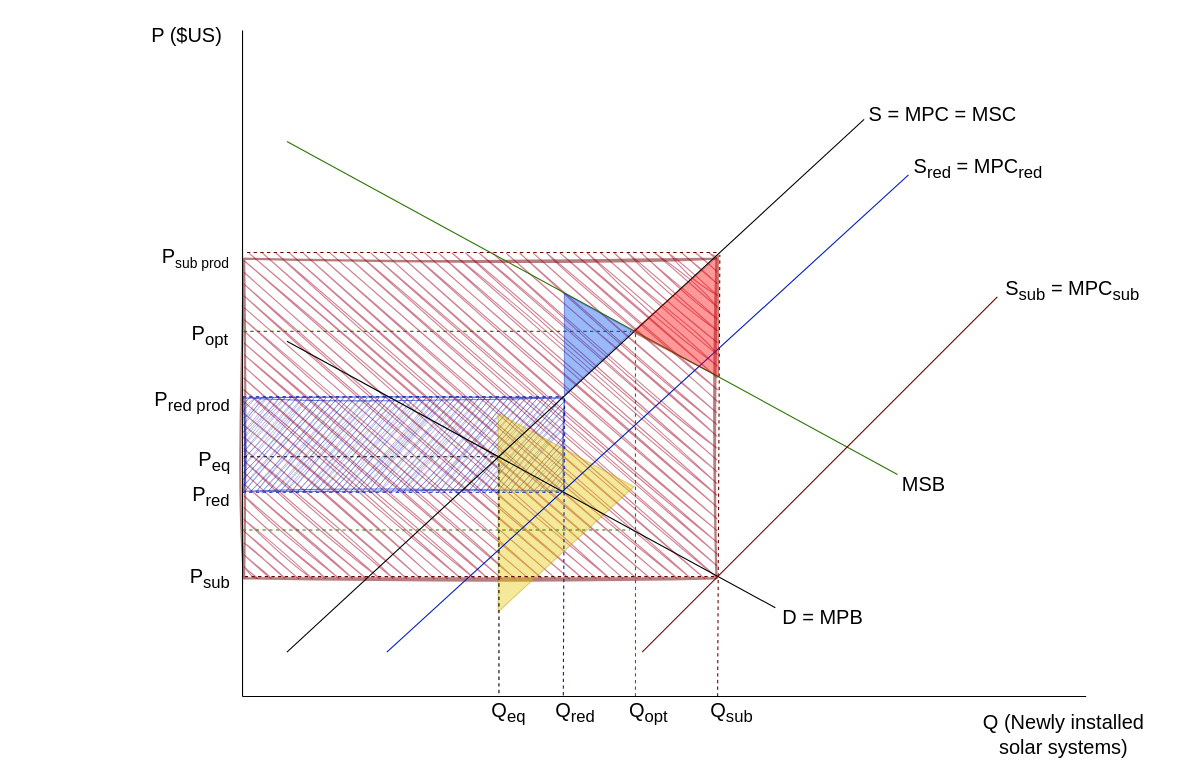
Earlier version of the draw.io diagram Diagramma bez .drawio (MareksNo/Chat-Application). Source tidied: cells renumbered, new cells numbered last; positions are measured from the earlier drawing's top-left corner, leaving out a move shared by most shapes. Both pictures are drawn from the tidied source at 111%, with x=0, y=0 at pixel (142, 19).
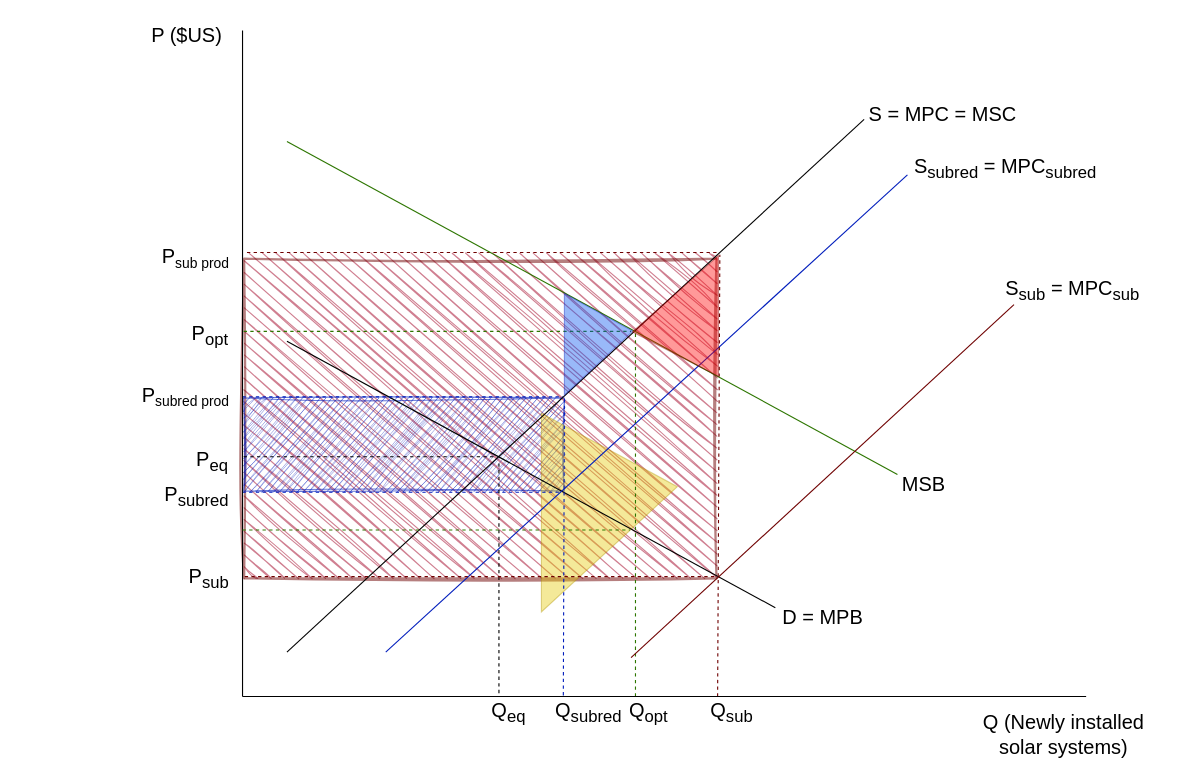
The same diagram, later.

What changed in the source:
```diff
@@
     <mxCell id="4" style="verticalLabelPosition=bottom;verticalAlign=top;html=1;shape=mxgraph.basic.acute_triangle;dx=0.37;strokeColor=#B09500;fontFamily=Helvetica;fontSize=12;fontColor=#000000;fillColor=#e3c800;rotation=90;perimeter=none;opacity=40;perimeterSpacing=1;" parent="1" vertex="1">
       <mxGeometry x="503.5" y="290.5" width="179" height="122.5" relative="1" as="geometry">
-        <mxPoint x="292" y="383" as="offset" />
+        <mxPoint x="331" y="383" as="offset" />
       </mxGeometry>
     </mxCell>
@@
-    <mxCell id="19" style="endArrow=none;html=1;rounded=0;fillColor=#a20025;strokeColor=#6F0000;" parent="1" edge="1">
-      <mxGeometry relative="1" as="geometry">
-        <mxPoint x="450" y="570" as="sourcePoint" />
-        <mxPoint x="770" y="250" as="targetPoint" />
-      </mxGeometry>
-    </mxCell>
     <mxCell id="20" style="endArrow=none;html=1;rounded=0;fillColor=#0050ef;strokeColor=#001DBC;" parent="1" edge="1">
       <mxGeometry relative="1" as="geometry">
-        <mxPoint x="220" y="570" as="sourcePoint" />
-        <mxPoint x="690" y="140" as="targetPoint" />
+        <mxPoint x="219" y="570" as="sourcePoint" />
+        <mxPoint x="689" y="140" as="targetPoint" />
       </mxGeometry>
     </mxCell>
@@
-    <mxCell id="27" value="&lt;font style=&quot;font-size: 18px;&quot;&gt;P&lt;sub&gt;red prod&lt;/sub&gt;&lt;/font&gt;" style="text;html=1;strokeColor=none;fillColor=none;align=center;verticalAlign=middle;whiteSpace=wrap;rounded=0;fontColor=#000000;" parent="1" vertex="1">
-      <mxGeometry x="5" y="330" width="80" height="30" as="geometry" />
-    </mxCell>
-    <mxCell id="28" value="&lt;font style=&quot;font-size: 18px;&quot;&gt;P&lt;sub&gt;red&lt;/sub&gt;&lt;/font&gt;" style="text;html=1;strokeColor=none;fillColor=none;align=center;verticalAlign=middle;whiteSpace=wrap;rounded=0;fontColor=#000000;" parent="1" vertex="1">
-      <mxGeometry x="22" y="415" width="80" height="30" as="geometry" />
+    <mxCell id="28" value="&lt;font style=&quot;font-size: 18px;&quot;&gt;P&lt;sub&gt;subred&lt;/sub&gt;&lt;/font&gt;" style="text;html=1;strokeColor=none;fillColor=none;align=center;verticalAlign=middle;whiteSpace=wrap;rounded=0;fontColor=#000000;" parent="1" vertex="1">
+      <mxGeometry x="9" y="415" width="80" height="30" as="geometry" />
     </mxCell>
@@
     <mxCell id="30" value="&lt;font style=&quot;font-size: 18px;&quot;&gt;P&lt;sub&gt;sub&lt;/sub&gt;&lt;/font&gt;" style="text;html=1;strokeColor=none;fillColor=none;align=center;verticalAlign=middle;whiteSpace=wrap;rounded=0;fontColor=#000000;" parent="1" vertex="1">
-      <mxGeometry x="21" y="489" width="80" height="30" as="geometry" />
+      <mxGeometry x="20" y="489" width="80" height="30" as="geometry" />
     </mxCell>
     <mxCell id="31" value="&lt;span style=&quot;font-size: 18px;&quot;&gt;P&lt;sub&gt;eq&lt;/sub&gt;&lt;/span&gt;" style="text;html=1;strokeColor=none;fillColor=none;align=center;verticalAlign=middle;whiteSpace=wrap;rounded=0;fontColor=#000000;" parent="1" vertex="1">
-      <mxGeometry x="25" y="384" width="80" height="30" as="geometry" />
+      <mxGeometry x="23" y="384" width="80" height="30" as="geometry" />
     </mxCell>
@@
-    <mxCell id="33" value="&lt;span style=&quot;font-size: 18px;&quot;&gt;Q&lt;sub&gt;red&lt;/sub&gt;&lt;/span&gt;" style="text;html=1;strokeColor=none;fillColor=none;align=center;verticalAlign=middle;whiteSpace=wrap;rounded=0;fontColor=#000000;" parent="1" vertex="1">
-      <mxGeometry x="350" y="610" width="80" height="30" as="geometry" />
+    <mxCell id="33" value="&lt;span style=&quot;font-size: 18px;&quot;&gt;Q&lt;sub&gt;subred&lt;/sub&gt;&lt;/span&gt;" style="text;html=1;strokeColor=none;fillColor=none;align=center;verticalAlign=middle;whiteSpace=wrap;rounded=0;fontColor=#000000;" parent="1" vertex="1">
+      <mxGeometry x="362" y="610" width="80" height="30" as="geometry" />
     </mxCell>
@@
-    <mxCell id="39" value="&lt;span style=&quot;font-size: 18px;&quot;&gt;S&lt;sub&gt;red&lt;/sub&gt; = MPC&lt;sub&gt;red&lt;/sub&gt;&lt;/span&gt;" style="text;html=1;strokeColor=none;fillColor=none;align=center;verticalAlign=middle;whiteSpace=wrap;rounded=0;fontColor=#000000;" parent="1" vertex="1">
-      <mxGeometry x="683" y="120" width="140" height="30" as="geometry" />
+    <mxCell id="39" value="&lt;span style=&quot;font-size: 18px;&quot;&gt;S&lt;sub&gt;subred&lt;/sub&gt; = MPC&lt;sub&gt;subred&lt;/sub&gt;&lt;/span&gt;" style="text;html=1;strokeColor=none;fillColor=none;align=center;verticalAlign=middle;whiteSpace=wrap;rounded=0;fontColor=#000000;" parent="1" vertex="1">
+      <mxGeometry x="619" y="120" width="317" height="30" as="geometry" />
     </mxCell>
@@
+    <mxCell id="43" style="endArrow=none;html=1;rounded=0;fillColor=#a20025;strokeColor=#6F0000;" parent="1" edge="1">
+      <mxGeometry relative="1" as="geometry">
+        <mxPoint x="440" y="575" as="sourcePoint" />
+        <mxPoint x="785" y="257" as="targetPoint" />
+      </mxGeometry>
+    </mxCell>
+    <mxCell id="44" value="&lt;font style=&quot;font-size: 18px;&quot;&gt;P&lt;/font&gt;&lt;font style=&quot;font-size: 15px;&quot;&gt;&lt;sub&gt;subred prod&lt;/sub&gt;&lt;/font&gt;" style="text;html=1;strokeColor=none;fillColor=none;align=center;verticalAlign=middle;whiteSpace=wrap;rounded=0;fontColor=#000000;" parent="1" vertex="1">
+      <mxGeometry x="-111" y="324.5" width="300" height="30" as="geometry" />
+    </mxCell>
```
